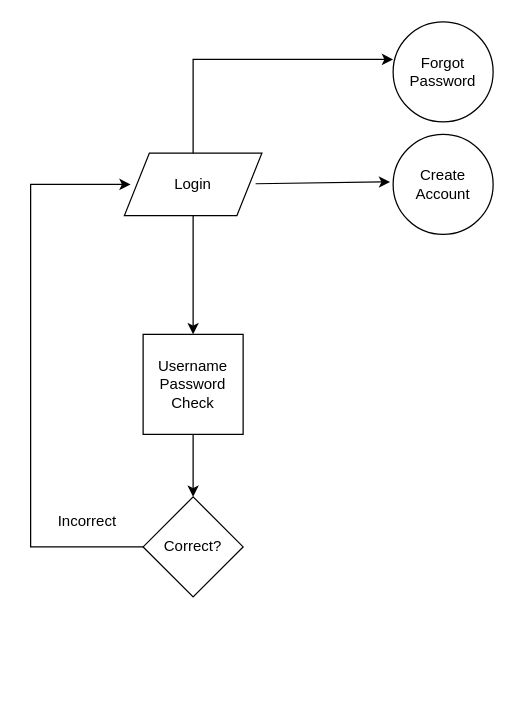
The draw.io diagram page "Main" (1 of 3) of Documentation/Password Flow.drawio in didikid3/PasswordApplication_Python, before the edit. Source tidied: cells renumbered, new cells numbered last; positions are measured from the earlier drawing's top-left corner, leaving out a move shared by most shapes. Both pictures are drawn from the tidied source at 125%, with x=0, y=0 at pixel (30, 21).
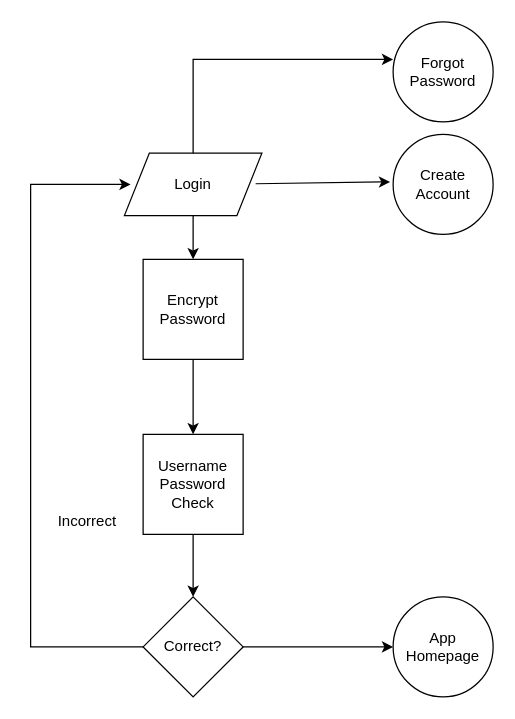
The same diagram, later.

The change refers to these unchanged cells:
```xml
<mxCell id="6" value="Login" style="shape=parallelogram;perimeter=parallelogramPerimeter;whiteSpace=wrap;html=1;fixedSize=1;" parent="1" vertex="1">
  <mxGeometry x="75" y="105" width="110" height="50" as="geometry" />
</mxCell>
```

What changed in the source:
```diff
@@
-    <mxCell id="2" style="endArrow=classic;html=1;rounded=0;exitX=0.5;exitY=1;exitDx=0;exitDy=0;" parent="1" edge="1" source="6">
+    <mxCell id="2" style="endArrow=classic;html=1;rounded=0;exitX=0.5;exitY=1;exitDx=0;exitDy=0;" parent="1" edge="1" source="17">
       <mxGeometry relative="1" as="geometry">
-        <mxPoint x="130" y="250" as="targetPoint" />
+        <mxPoint x="130" y="330" as="targetPoint" />
       </mxGeometry>
     </mxCell>
     <mxCell id="3" style="endArrow=classic;html=1;rounded=0;exitX=0;exitY=0.5;exitDx=0;exitDy=0;" parent="1" edge="1" source="9">
       <mxGeometry relative="1" as="geometry">
         <mxPoint x="80" y="130" as="targetPoint" />
         <Array as="points">
-          <mxPoint y="420" />
+          <mxPoint y="500" />
           <mxPoint y="130" />
         </Array>
       </mxGeometry>
     </mxCell>
@@
+    <mxCell id="14" style="edgeStyle=orthogonalEdgeStyle;rounded=0;jettySize=auto;html=1;" parent="1" edge="1" source="6" target="17">
+      <mxGeometry relative="1" as="geometry" />
+    </mxCell>
@@
     <mxCell id="7" value="Username&lt;br&gt;Password&lt;br&gt;Check" style="whiteSpace=wrap;html=1;" parent="1" vertex="1">
-      <mxGeometry x="90" y="250" width="80" height="80" as="geometry" />
+      <mxGeometry x="90" y="330" width="80" height="80" as="geometry" />
     </mxCell>
-    <mxCell id="8" style="endArrow=classic;html=1;rounded=0;exitX=0.5;exitY=1;exitDx=0;exitDy=0;" parent="1" edge="1" source="7">
-      <mxGeometry relative="1" as="geometry">
-        <mxPoint x="130" y="380" as="targetPoint" />
-      </mxGeometry>
+    <mxCell id="8" style="endArrow=classic;html=1;rounded=0;exitX=0.5;exitY=1;exitDx=0;exitDy=0;entryX=0.5;entryY=0;entryDx=0;entryDy=0;" parent="1" edge="1" source="7" target="9">
+      <mxGeometry relative="1" as="geometry" />
     </mxCell>
+    <mxCell id="15" style="edgeStyle=elbowEdgeStyle;rounded=0;jettySize=auto;elbow=vertical;html=1;exitX=1;exitY=0.5;exitDx=0;exitDy=0;" parent="1" edge="1" source="9" target="16">
+      <mxGeometry relative="1" as="geometry" />
+    </mxCell>
     <mxCell id="9" value="Correct?" style="rhombus;whiteSpace=wrap;html=1;" parent="1" vertex="1">
-      <mxGeometry x="90" y="380" width="80" height="80" as="geometry" />
+      <mxGeometry x="90" y="460" width="80" height="80" as="geometry" />
     </mxCell>
@@
+    <mxCell id="16" value="App&lt;br&gt;Homepage" style="ellipse;whiteSpace=wrap;html=1;" parent="1" vertex="1">
+      <mxGeometry x="290" y="460" width="80" height="80" as="geometry" />
+    </mxCell>
+    <mxCell id="17" value="Encrypt&lt;br&gt;Password" style="whiteSpace=wrap;html=1;" parent="1" vertex="1">
+      <mxGeometry x="90" y="190" width="80" height="80" as="geometry" />
+    </mxCell>
```
